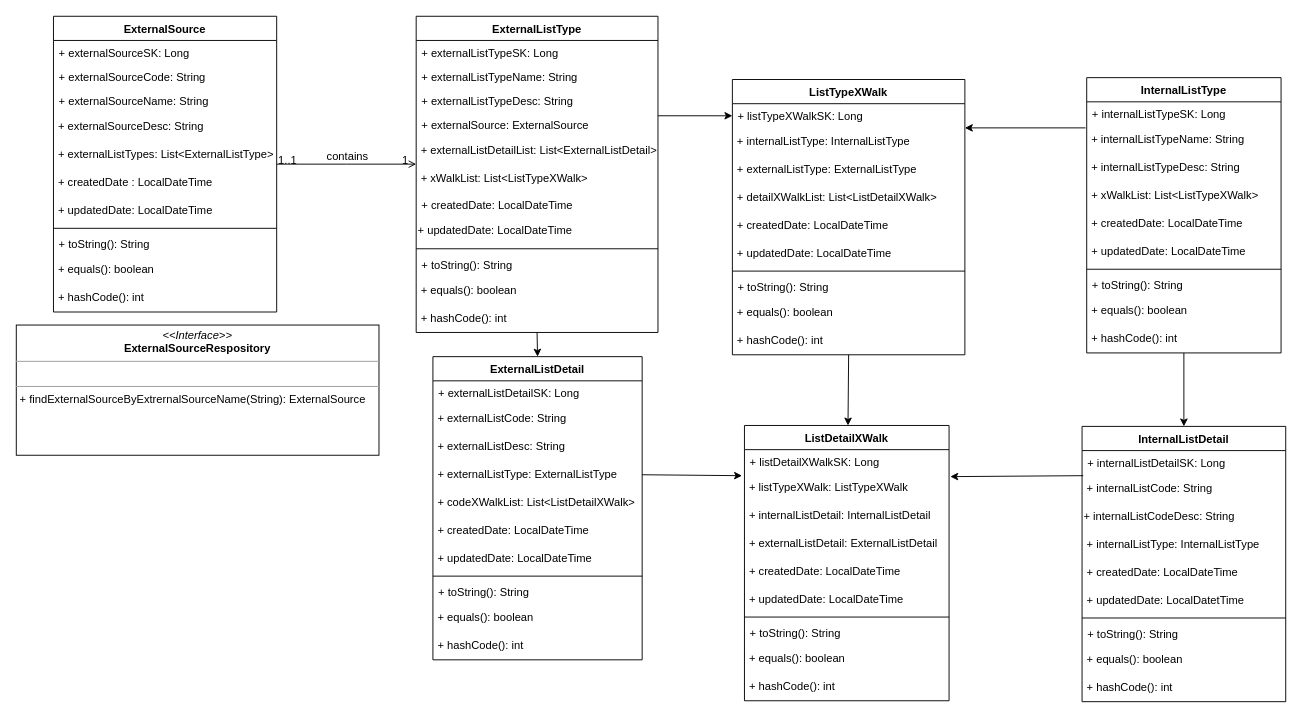
Earlier version of the draw.io diagram reference_data_service/uml_diagrams/entity_classes.drawio (Zeus-2-0/Documentation). Source tidied: cells renumbered, new cells numbered last; positions are measured from the earlier drawing's top-left corner, leaving out a move shared by most shapes. Both pictures are drawn from the tidied source at 93%, with x=0, y=0 at pixel (16, 16).
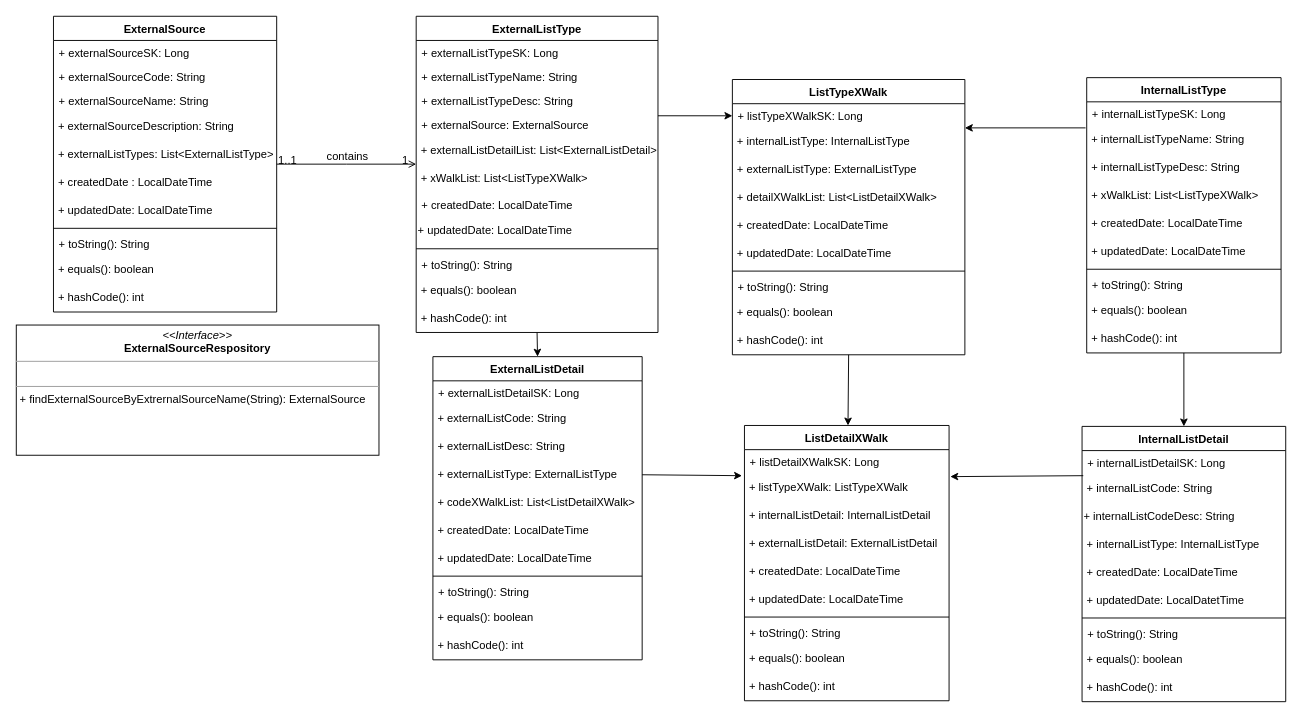
The same page after the edit.

Unchanged cells that the change refers to:
```xml
<mxCell id="2" value="ExternalSource" style="swimlane;fontStyle=1;align=center;verticalAlign=top;horizontal=1;startSize=26;rounded=0;shadow=0;strokeWidth=1;" parent="1" vertex="1">
  <mxGeometry x="40" width="240" height="318" as="geometry" />
</mxCell>
```

Change to the diagram source:
```diff
@@
-    <mxCell id="6" value="&amp;nbsp;+ externalSourceDesc: String" style="text;html=1;strokeColor=none;fillColor=none;align=left;verticalAlign=middle;whiteSpace=wrap;rounded=0;" parent="2" vertex="1">
+    <mxCell id="6" value="&amp;nbsp;+ externalSourceDescription: String" style="text;html=1;strokeColor=none;fillColor=none;align=left;verticalAlign=middle;whiteSpace=wrap;rounded=0;" parent="2" vertex="1">
       <mxGeometry y="104" width="240" height="30" as="geometry" />
     </mxCell>
```
